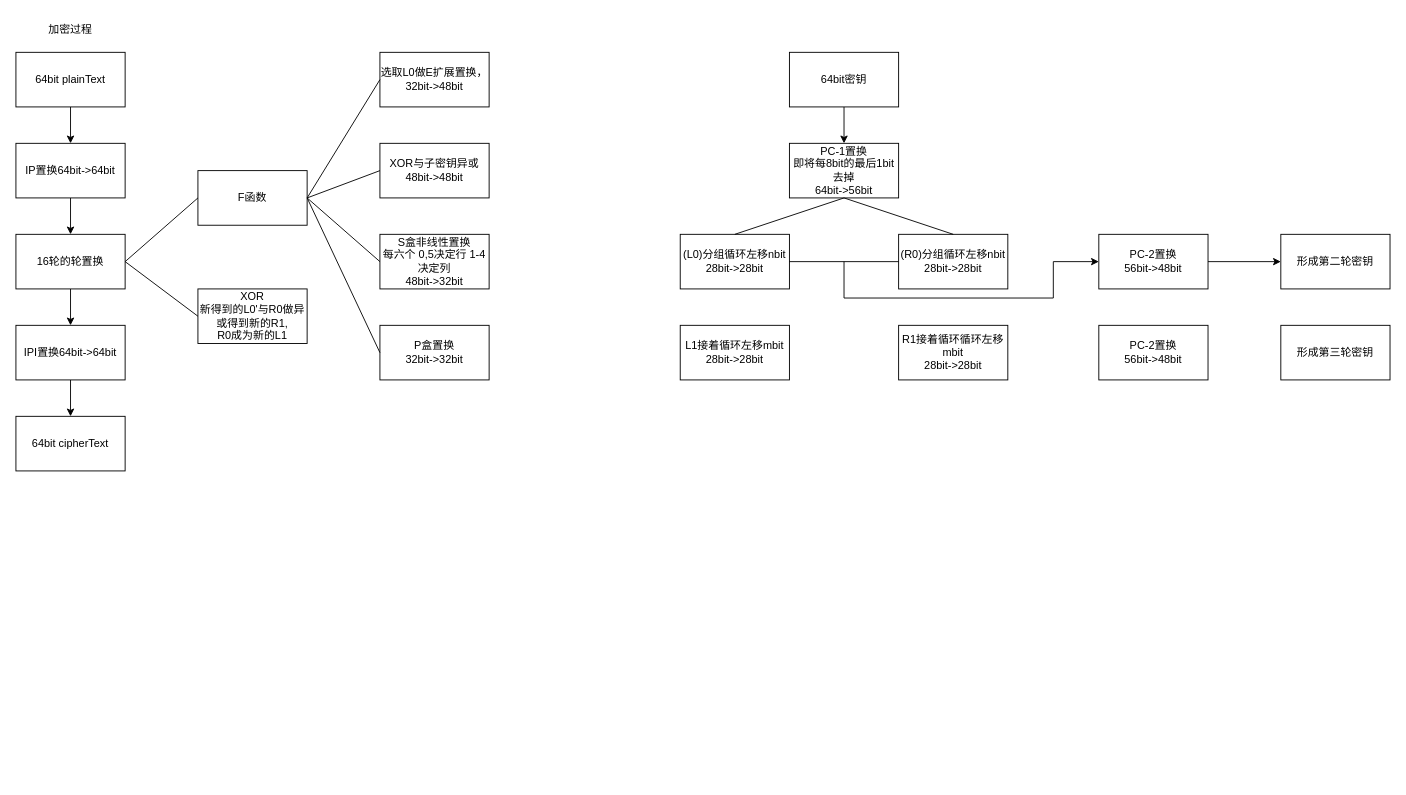
yingmuzhi/cryptology keeps this draw.io diagram as DES.drawio. Above is the earlier version. Source tidied: cells renumbered, new cells numbered last; positions are measured from the earlier drawing's top-left corner, leaving out a move shared by most shapes. Both pictures are drawn from the tidied source at 91%, with x=0, y=0 at pixel (15, 15).
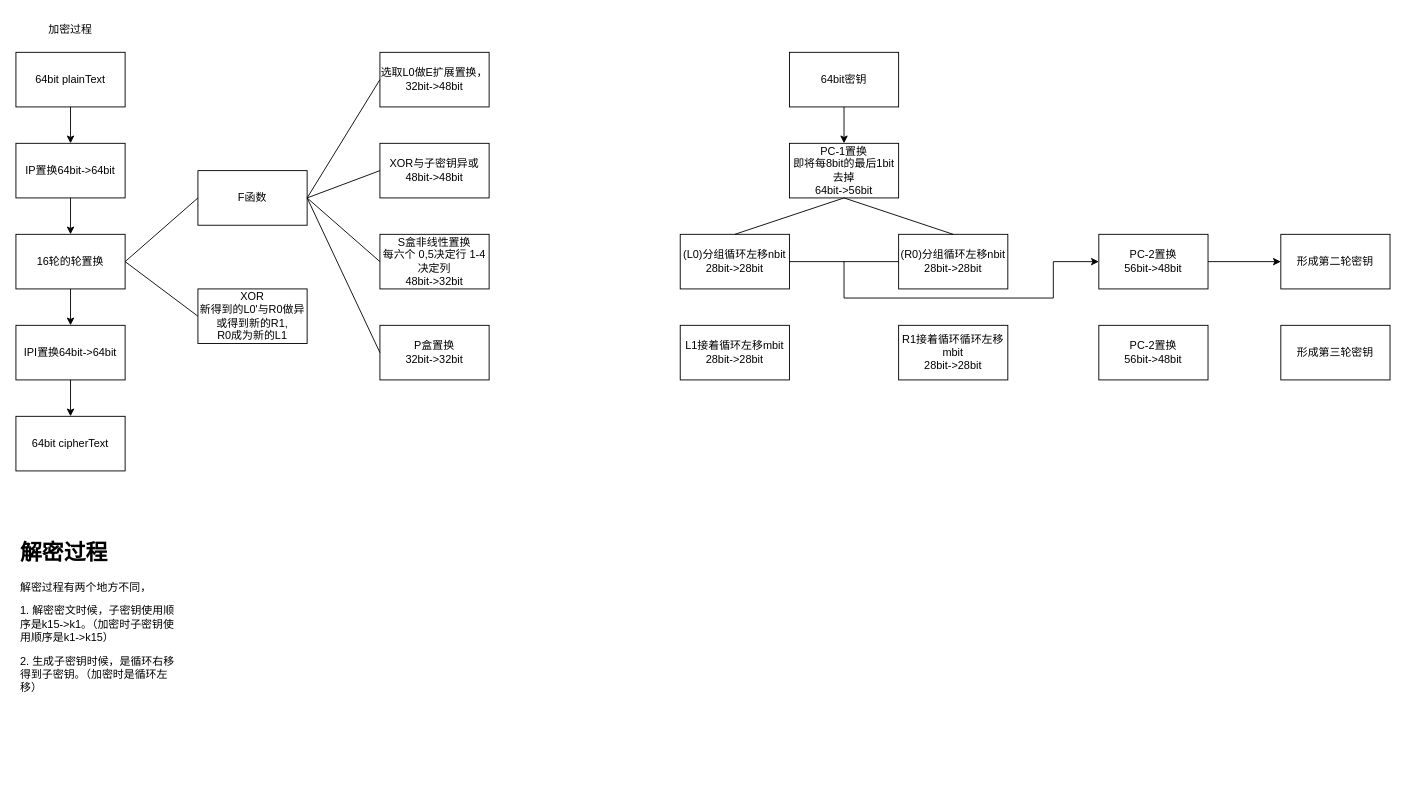
Above is the later version.

Diff of the diagram source:
```diff
@@
+    <mxCell id="43" value="&lt;h1&gt;解密过程&lt;/h1&gt;&lt;p&gt;解密过程有两个地方不同，&lt;/p&gt;&lt;p&gt;1. 解密密文时候，子密钥使用顺序是k15-&amp;gt;k1。（加密时子密钥使用顺序是k1-&amp;gt;k15）&lt;/p&gt;&lt;p&gt;2. 生成子密钥时候，是循环右移得到子密钥。（加密时是循环左移）&lt;/p&gt;" style="text;html=1;strokeColor=none;fillColor=none;spacing=5;spacingTop=-20;whiteSpace=wrap;overflow=hidden;rounded=0;" parent="1" vertex="1">
+      <mxGeometry y="570" width="180" height="270" as="geometry" />
+    </mxCell>
```
